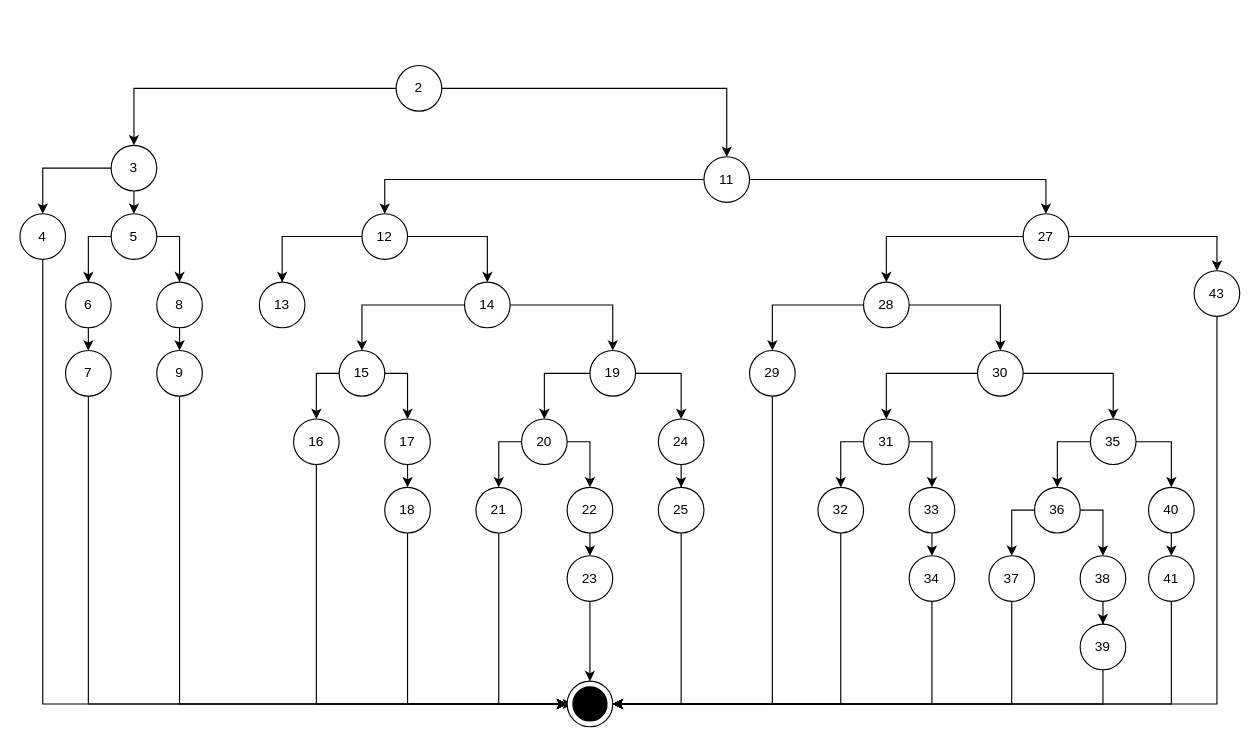
This is controlFlow.drawio from minh071289/AI_system, a draw.io file, before an edit. Source tidied: cells renumbered, new cells numbered last; positions are measured from the earlier drawing's top-left corner, leaving out a move shared by most shapes. Both pictures are drawn from the tidied source at 114%, with x=0, y=0 at pixel (19, 65).
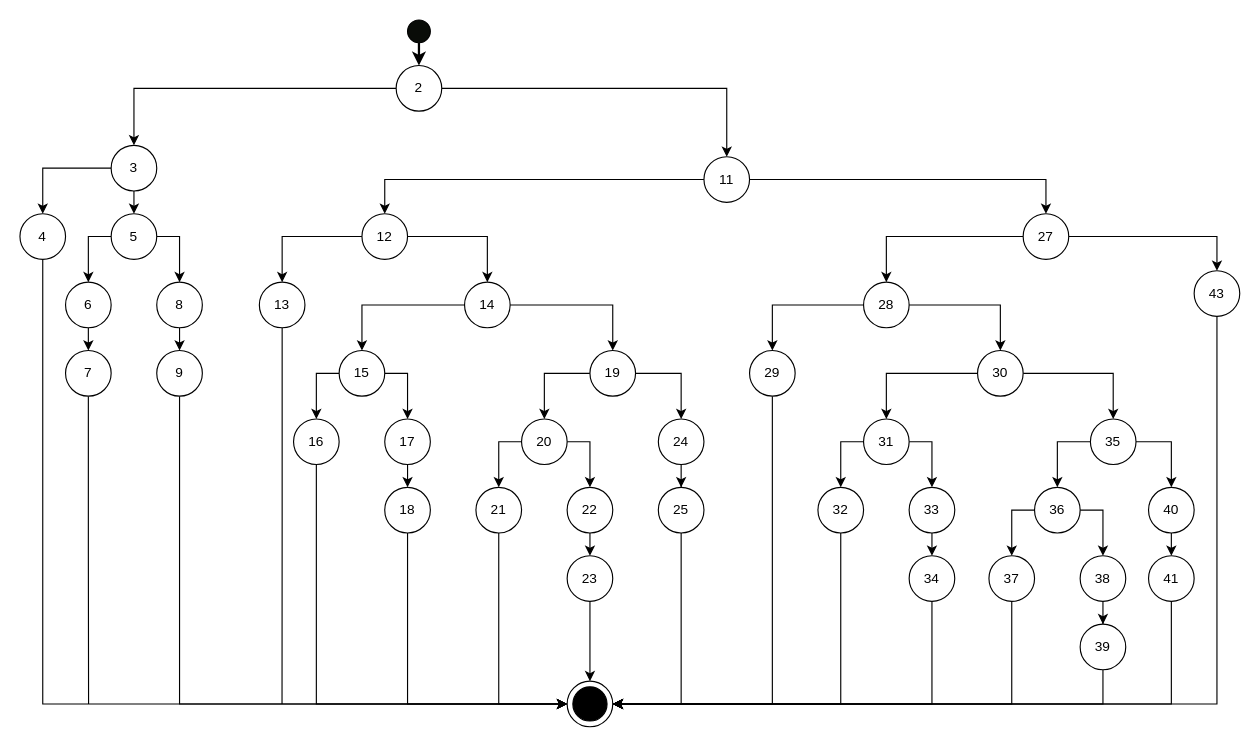
Above is the later version.

Unchanged cells that the change refers to:
```xml
<mxCell id="4" value="2" style="ellipse;whiteSpace=wrap;html=1;" parent="1" vertex="1">
  <mxGeometry x="330" width="40" height="40" as="geometry" />
</mxCell>
<mxCell id="21" value="7" style="ellipse;whiteSpace=wrap;html=1;" parent="1" vertex="1">
  <mxGeometry x="40" y="250" width="40" height="40" as="geometry" />
</mxCell>
<mxCell id="30" value="13" style="ellipse;whiteSpace=wrap;html=1;" parent="1" vertex="1">
  <mxGeometry x="210" y="190" width="40" height="40" as="geometry" />
</mxCell>
<mxCell id="96" style="ellipse;whiteSpace=wrap;html=1;fillColor=#000000;strokeColor=light-dark(#000000, #6d5100);" parent="94" vertex="1">
  <mxGeometry x="5" y="5" width="30" height="30" as="geometry" />
</mxCell>
```

The edit, as a diff of the source:
```diff
@@
-    <mxCell id="20" style="edgeStyle=orthogonalEdgeStyle;rounded=0;jettySize=auto;html=1;exitX=0.5;exitY=1;exitDx=0;exitDy=0;entryX=0;entryY=0.5;entryDx=0;entryDy=0;" parent="1" edge="1" source="21" target="96">
-      <mxGeometry relative="1" as="geometry" />
-    </mxCell>
+    <mxCell id="97" style="edgeStyle=orthogonalEdgeStyle;rounded=0;jettySize=auto;html=1;exitX=0.5;exitY=1;exitDx=0;exitDy=0;endArrow=none;startFill=0;" parent="1" edge="1" source="21">
+      <mxGeometry relative="1" as="geometry">
+        <mxPoint x="60.2" y="560" as="targetPoint" />
+      </mxGeometry>
+    </mxCell>
@@
+    <mxCell id="98" style="edgeStyle=orthogonalEdgeStyle;rounded=0;jettySize=auto;html=1;exitX=0.5;exitY=1;exitDx=0;exitDy=0;endArrow=none;startFill=0;" parent="1" edge="1" source="30">
+      <mxGeometry relative="1" as="geometry">
+        <mxPoint x="229.9" y="560" as="targetPoint" />
+      </mxGeometry>
+    </mxCell>
@@
+    <mxCell id="99" style="edgeStyle=orthogonalEdgeStyle;rounded=0;jettySize=auto;html=1;exitX=0.5;exitY=1;exitDx=0;exitDy=0;entryX=0.5;entryY=0;entryDx=0;entryDy=0;startSize=8;jumpSize=7;strokeWidth=2;" parent="1" edge="1" source="100" target="4">
+      <mxGeometry relative="1" as="geometry" />
+    </mxCell>
+    <mxCell id="100" style="ellipse;whiteSpace=wrap;html=1;gradientColor=none;fillColor=light-dark(#090c08, #ededed);" parent="1" vertex="1">
+      <mxGeometry x="340" y="-40" width="20" height="20" as="geometry" />
+    </mxCell>
```
